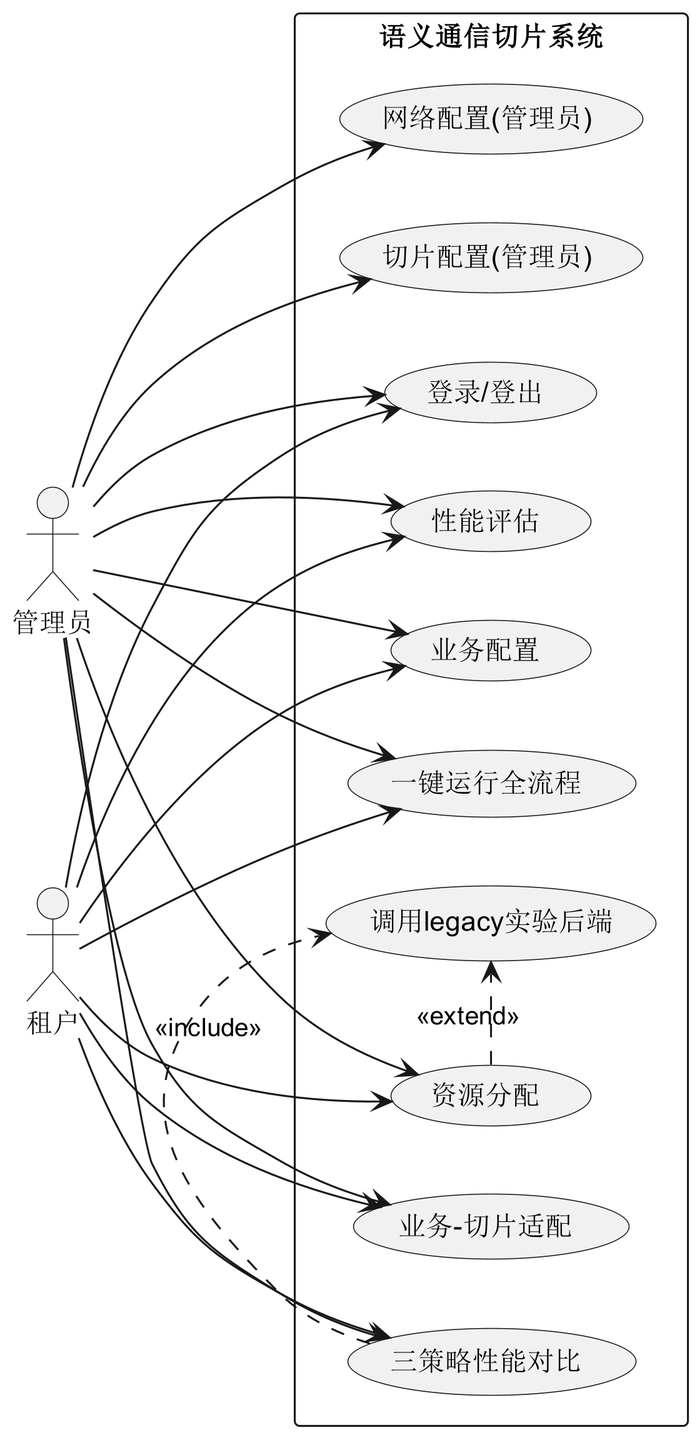
Earlier version of the PlantUML export semSlice-master/docs/diagrams/use_case.png (krismil/graduation).
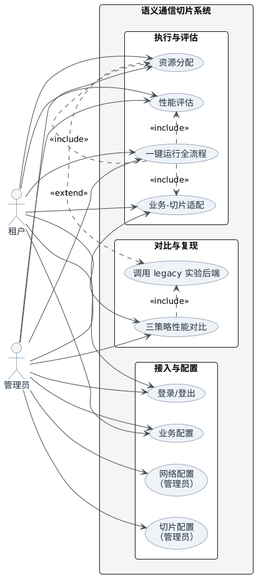
Above is the later version.

The edit, as a diff of the source:
```diff
@@ -1,22 +1,47 @@
 @startuml
-skinparamlocked dpi 300
 left to right direction
+
+skinparam backgroundColor #FFFFFF
+skinparam defaultFontName Microsoft YaHei
+skinparam shadowing false
+skinparam roundcorner 8
 skinparam packageStyle rectangle
+skinparam ArrowColor #4A4A4A
+skinparam ArrowThickness 1
 
-actor 管理员 as Admin
-actor 租户 as Tenant
+skinparam actor {
+  BorderColor #2F5D8A
+  FontColor #1F2D3D
+}
 
-rectangle "语义通信切片系统" {
-  usecase "登录/登出" as UC_Login
-  usecase "业务配置" as UC_Business
-  usecase "网络配置(管理员)" as UC_Network
-  usecase "切片配置(管理员)" as UC_Slice
-  usecase "业务-切片适配" as UC_Adapt
-  usecase "资源分配" as UC_Alloc
-  usecase "性能评估" as UC_Eval
-  usecase "一键运行全流程" as UC_Run
-  usecase "三策略性能对比" as UC_Compare
-  usecase "调用legacy实验后端" as UC_Legacy
+skinparam usecase {
+  BorderColor #4A5D73
+  BackgroundColor #EEF3F8
+  FontColor #1F2D3D
+}
+
+actor "管理员" as Admin
+actor "租户" as Tenant
+
+rectangle "语义通信切片系统" as SYS #F5F5F5 {
+  package "接入与配置" as P1 #F8FBFF {
+    usecase "登录/登出" as UC_Login
+    usecase "业务配置" as UC_Business
+    usecase "网络配置\n（管理员）" as UC_Network
+    usecase "切片配置\n（管理员）" as UC_Slice
+  }
+
+  package "执行与评估" as P2 #F8FBFF {
+    usecase "业务-切片适配" as UC_Adapt
+    usecase "资源分配" as UC_Alloc
+    usecase "性能评估" as UC_Eval
+    usecase "一键运行全流程" as UC_Run
+  }
+
+  package "对比与复现" as P3 #F8FBFF {
+    usecase "三策略性能对比" as UC_Compare
+    usecase "调用 legacy 实验后端" as UC_Legacy
+  }
 }
 
 Admin --> UC_Login
@@ -43,6 +68,10 @@
 Admin --> UC_Compare
 Tenant --> UC_Compare
 
+UC_Run .> UC_Adapt : <<include>>
+UC_Run .> UC_Alloc : <<include>>
+UC_Run .> UC_Eval : <<include>>
+
 UC_Alloc .> UC_Legacy : <<extend>>
 UC_Compare .> UC_Legacy : <<include>>
 @enduml
```
